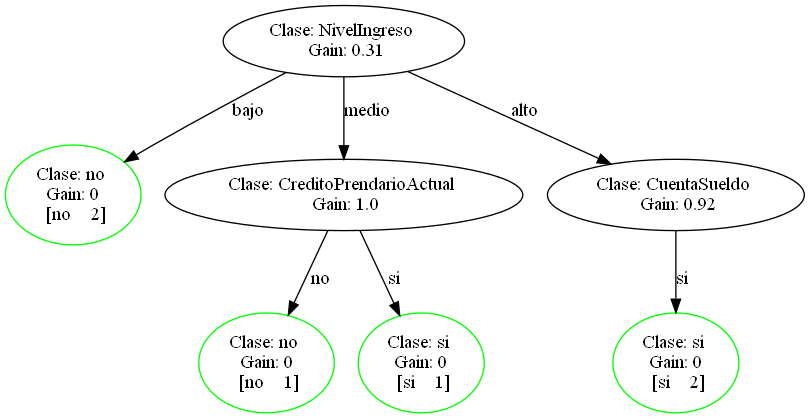
AlejandroFNadal/ia_decision_trees keeps this Graphviz diagram as test_output/gain.png. Above is the earlier version. Its source is kept beside it as test_output/gain.dot.
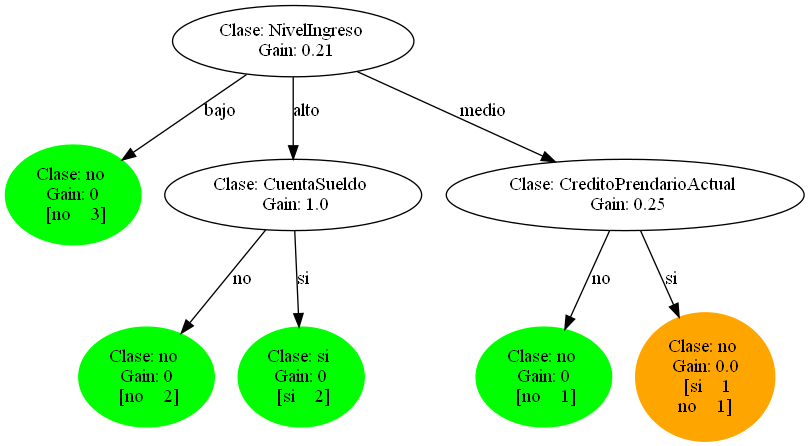
Later version of the same file.

Change to the diagram source:
```diff
@@ -1,26 +1,31 @@
 digraph {
 	0 [label="Clase: NivelIngreso
- Gain: 0.31"]
-	10 [label="Clase: no
+ Gain: 0.21"]
+	1 [label="Clase: no
  Gain: 0
- [no    2]" color=green]
-	0 -> 10 [label=bajo splines=line]
-	11 [label="Clase: CreditoPrendarioActual
+ [no    3]" color=green style=filled]
+	0 -> 1 [label=bajo splines=line]
+	2 [label="Clase: CuentaSueldo
  Gain: 1.0"]
-	0 -> 11 [label=medio splines=line]
-	12 [label="Clase: no
+	0 -> 2 [label=alto splines=line]
+	3 [label="Clase: no
  Gain: 0
- [no    1]" color=green]
-	11 -> 12 [label=no splines=line]
-	13 [label="Clase: si
+ [no    2]" color=green style=filled]
+	2 -> 3 [label=no splines=line]
+	4 [label="Clase: si
  Gain: 0
- [si    1]" color=green]
-	11 -> 13 [label=si splines=line]
-	14 [label="Clase: CuentaSueldo
- Gain: 0.92"]
-	0 -> 14 [label=alto splines=line]
-	15 [label="Clase: si
+ [si    2]" color=green style=filled]
+	2 -> 4 [label=si splines=line]
+	5 [label="Clase: CreditoPrendarioActual
+ Gain: 0.25"]
+	0 -> 5 [label=medio splines=line]
+	6 [label="Clase: no
  Gain: 0
- [si    2]" color=green]
-	14 -> 15 [label=si splines=line]
+ [no    1]" color=green style=filled]
+	5 -> 6 [label=no splines=line]
+	7 [label="Clase: no
+ Gain: 0.0
+ [si    1
+no    1]" color=orange style=filled]
+	5 -> 7 [label=si splines=line]
 }
```
